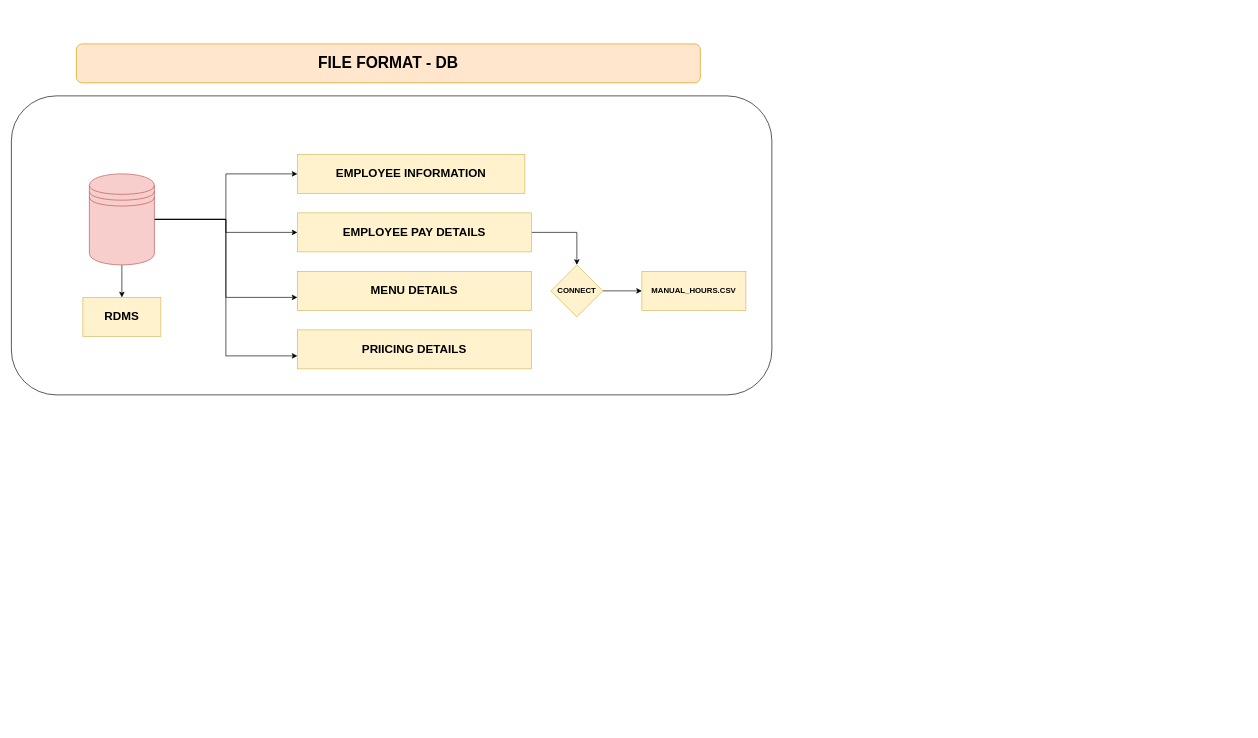
This is page "Employee_Information_S" (2 of 5) of Untitled Diagram.drawio from kalwathi123/Azure-Dataengineering, a draw.io file, before an edit. Source tidied: cells renumbered, new cells numbered last; positions are measured from the earlier drawing's top-left corner, leaving out a move shared by most shapes. Both pictures are drawn from the tidied source at 65%, with x=0, y=0 at pixel (11, 44).
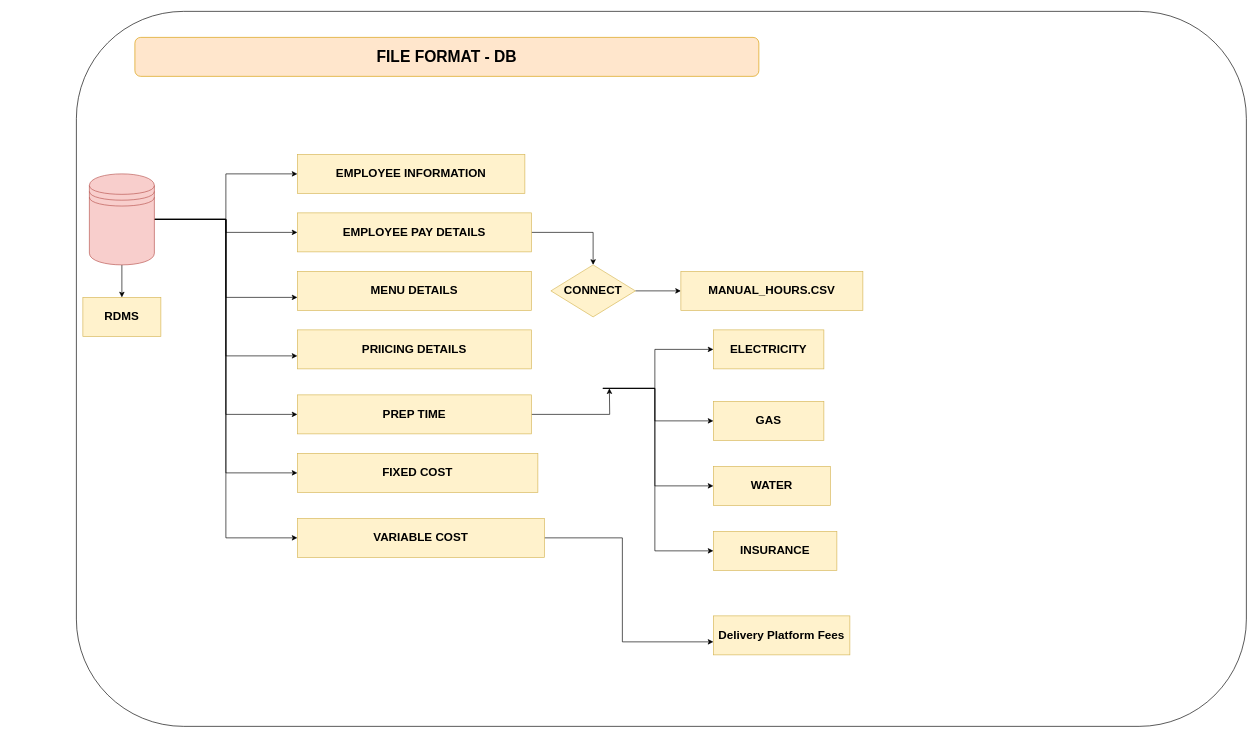
After the change.

The change refers to these unchanged cells:
```xml
<mxCell id="8" style="shape=datastore;whiteSpace=wrap;html=1;fillColor=#f8cecc;strokeColor=#b85450;" parent="1" vertex="1">
  <mxGeometry x="120" y="200" width="100" height="140" as="geometry" />
</mxCell>
```

Diff of the diagram source:
```diff
@@
     <mxCell id="2" style="rounded=1;whiteSpace=wrap;html=1;" parent="1" vertex="1">
-      <mxGeometry y="80" width="1170" height="460" as="geometry" />
+      <mxGeometry x="100" y="-50" width="1800" height="1100" as="geometry" />
     </mxCell>
@@
+    <mxCell id="19" style="edgeStyle=orthogonalEdgeStyle;rounded=0;jettySize=auto;html=1;" parent="1" edge="1" source="8" target="23">
+      <mxGeometry relative="1" as="geometry">
+        <Array as="points">
+          <mxPoint x="330" y="270" />
+          <mxPoint x="330" y="570" />
+        </Array>
+      </mxGeometry>
+    </mxCell>
+    <mxCell id="20" style="edgeStyle=orthogonalEdgeStyle;rounded=0;jettySize=auto;html=1;" parent="1" edge="1" source="8" target="28">
+      <mxGeometry relative="1" as="geometry">
+        <Array as="points">
+          <mxPoint x="330" y="270" />
+          <mxPoint x="330" y="660" />
+        </Array>
+      </mxGeometry>
+    </mxCell>
+    <mxCell id="21" style="edgeStyle=orthogonalEdgeStyle;rounded=0;jettySize=auto;html=1;" parent="1" edge="1" source="8" target="34">
+      <mxGeometry relative="1" as="geometry">
+        <Array as="points">
+          <mxPoint x="330" y="270" />
+          <mxPoint x="330" y="760" />
+        </Array>
+      </mxGeometry>
+    </mxCell>
@@
-    <mxCell id="14" value="CONNECT" style="rhombus;whiteSpace=wrap;html=1;fillColor=#fff2cc;strokeColor=#d6b656;fontStyle=1;" parent="1" vertex="1">
-      <mxGeometry x="830" y="340" width="80" height="80" as="geometry" />
+    <mxCell id="14" value="&lt;h2&gt;CONNECT&lt;/h2&gt;" style="rhombus;whiteSpace=wrap;html=1;fillColor=#fff2cc;strokeColor=#d6b656;fontStyle=1;" parent="1" vertex="1">
+      <mxGeometry x="830" y="340" width="130" height="80" as="geometry" />
     </mxCell>
-    <mxCell id="15" value="MANUAL_HOURS.CSV" style="whiteSpace=wrap;html=1;fillColor=#fff2cc;strokeColor=#d6b656;fontStyle=1;" parent="1" vertex="1">
-      <mxGeometry x="970" y="350" width="160" height="60" as="geometry" />
+    <mxCell id="15" value="&lt;h2&gt;MANUAL_HOURS.CSV&lt;/h2&gt;" style="whiteSpace=wrap;html=1;fillColor=#fff2cc;strokeColor=#d6b656;fontStyle=1;" parent="1" vertex="1">
+      <mxGeometry x="1030" y="350" width="280" height="60" as="geometry" />
     </mxCell>
     <mxCell id="16" value="&lt;h1&gt;FILE FORMAT - DB&lt;/h1&gt;" style="rounded=1;whiteSpace=wrap;html=1;fillColor=#ffe6cc;strokeColor=#d79b00;" parent="1" vertex="1">
-      <mxGeometry x="100" width="960" height="60" as="geometry" />
+      <mxGeometry x="190" y="-10" width="960" height="60" as="geometry" />
     </mxCell>
@@
+    <mxCell id="22" style="edgeStyle=orthogonalEdgeStyle;rounded=0;jettySize=auto;html=1;" parent="1" edge="1" source="23">
+      <mxGeometry relative="1" as="geometry">
+        <mxPoint x="920" y="530" as="targetPoint" />
+      </mxGeometry>
+    </mxCell>
+    <mxCell id="23" value="&lt;h2&gt;PREP TIME&lt;/h2&gt;" style="whiteSpace=wrap;html=1;fillColor=#fff2cc;strokeColor=#d6b656;" parent="1" vertex="1">
+      <mxGeometry x="440" y="540" width="360" height="60" as="geometry" />
+    </mxCell>
+    <mxCell id="24" style="edgeStyle=orthogonalEdgeStyle;rounded=0;jettySize=auto;html=1;" parent="1" edge="1" target="29">
+      <mxGeometry relative="1" as="geometry">
+        <mxPoint x="910" y="530" as="sourcePoint" />
+        <Array as="points">
+          <mxPoint x="990" y="530" />
+          <mxPoint x="990" y="470" />
+        </Array>
+      </mxGeometry>
+    </mxCell>
+    <mxCell id="25" style="edgeStyle=orthogonalEdgeStyle;rounded=0;jettySize=auto;html=1;" parent="1" edge="1" target="30">
+      <mxGeometry relative="1" as="geometry">
+        <mxPoint x="910" y="530" as="sourcePoint" />
+        <Array as="points">
+          <mxPoint x="990" y="530" />
+          <mxPoint x="990" y="580" />
+        </Array>
+      </mxGeometry>
+    </mxCell>
+    <mxCell id="26" style="edgeStyle=orthogonalEdgeStyle;rounded=0;jettySize=auto;html=1;" parent="1" edge="1" target="31">
+      <mxGeometry relative="1" as="geometry">
+        <mxPoint x="910" y="530" as="sourcePoint" />
+        <Array as="points">
+          <mxPoint x="990" y="530" />
+          <mxPoint x="990" y="680" />
+        </Array>
+      </mxGeometry>
+    </mxCell>
+    <mxCell id="27" style="edgeStyle=orthogonalEdgeStyle;rounded=0;jettySize=auto;html=1;" parent="1" edge="1" target="32">
+      <mxGeometry relative="1" as="geometry">
+        <mxPoint x="910" y="530" as="sourcePoint" />
+        <Array as="points">
+          <mxPoint x="990" y="530" />
+          <mxPoint x="990" y="780" />
+        </Array>
+      </mxGeometry>
+    </mxCell>
+    <mxCell id="28" value="&lt;h2&gt;FIXED COST&lt;/h2&gt;" style="whiteSpace=wrap;html=1;fillColor=#fff2cc;strokeColor=#d6b656;" parent="1" vertex="1">
+      <mxGeometry x="440" y="630" width="370" height="60" as="geometry" />
+    </mxCell>
+    <mxCell id="29" value="&lt;h2&gt;&lt;b&gt;ELECTRICITY&lt;/b&gt;&lt;/h2&gt;" style="whiteSpace=wrap;html=1;fillColor=#fff2cc;strokeColor=#d6b656;" parent="1" vertex="1">
+      <mxGeometry x="1080" y="440" width="170" height="60" as="geometry" />
+    </mxCell>
+    <mxCell id="30" value="&lt;h2&gt;GAS&lt;/h2&gt;" style="whiteSpace=wrap;html=1;fillColor=#fff2cc;strokeColor=#d6b656;" parent="1" vertex="1">
+      <mxGeometry x="1080" y="550" width="170" height="60" as="geometry" />
+    </mxCell>
+    <mxCell id="31" value="&lt;h2&gt;WATER&lt;/h2&gt;" style="whiteSpace=wrap;html=1;fillColor=#fff2cc;strokeColor=#d6b656;" parent="1" vertex="1">
+      <mxGeometry x="1080" y="650" width="180" height="60" as="geometry" />
+    </mxCell>
+    <mxCell id="32" value="&lt;h2&gt;INSURANCE&lt;/h2&gt;" style="whiteSpace=wrap;html=1;fillColor=#fff2cc;strokeColor=#d6b656;" parent="1" vertex="1">
+      <mxGeometry x="1080" y="750" width="190" height="60" as="geometry" />
+    </mxCell>
+    <mxCell id="33" style="edgeStyle=orthogonalEdgeStyle;rounded=0;jettySize=auto;html=1;" parent="1" edge="1" source="34" target="35">
+      <mxGeometry relative="1" as="geometry">
+        <Array as="points">
+          <mxPoint x="940" y="760" />
+          <mxPoint x="940" y="920" />
+        </Array>
+      </mxGeometry>
+    </mxCell>
+    <mxCell id="34" value="&lt;h2&gt;VARIABLE COST&lt;/h2&gt;" style="whiteSpace=wrap;html=1;fillColor=#fff2cc;strokeColor=#d6b656;" parent="1" vertex="1">
+      <mxGeometry x="440" y="730" width="380" height="60" as="geometry" />
+    </mxCell>
+    <mxCell id="35" value="&lt;h2&gt;Delivery Platform Fees&lt;/h2&gt;" style="whiteSpace=wrap;html=1;fillColor=#fff2cc;strokeColor=#d6b656;" parent="1" vertex="1">
+      <mxGeometry x="1080" y="880" width="210" height="60" as="geometry" />
+    </mxCell>
```
